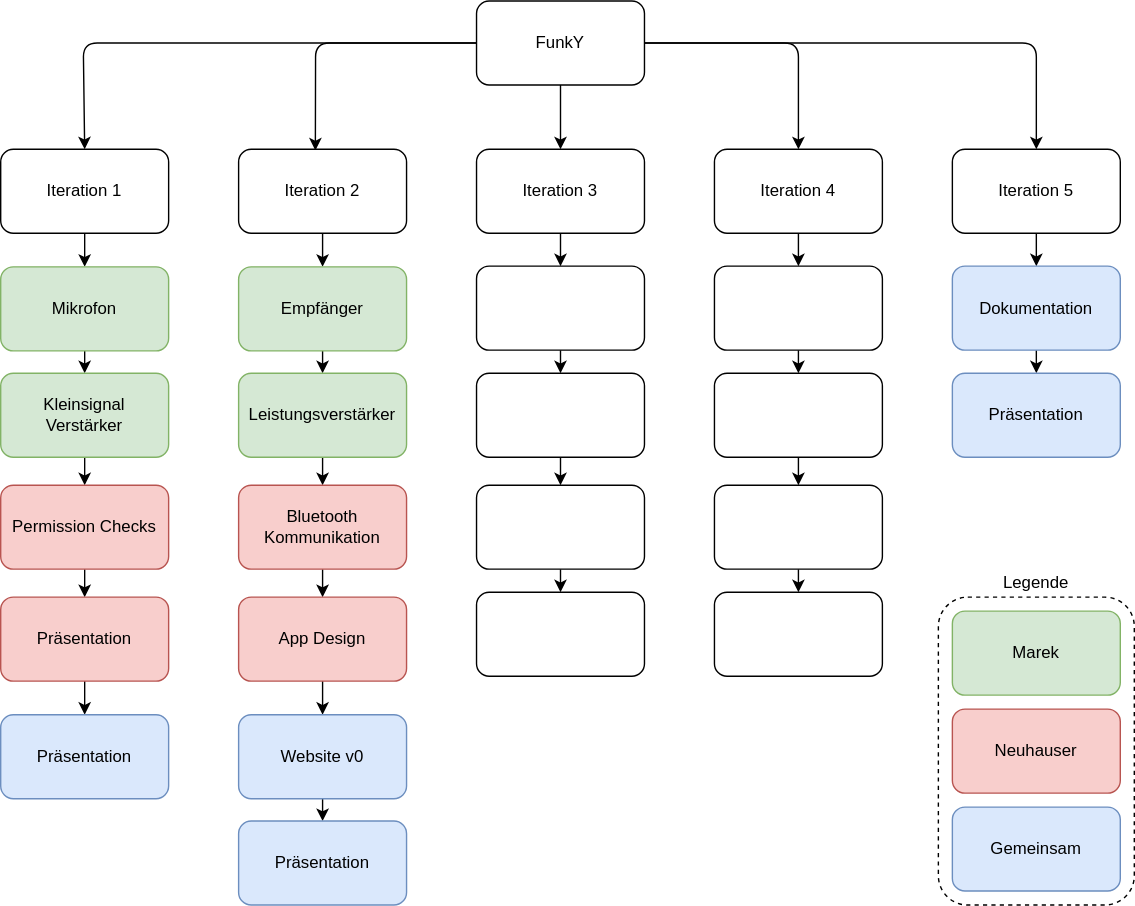
Marek128b/HAM-Radio-transceiver-DA keeps this draw.io diagram as doc/img/projectstructureplan.svg. Above is the earlier version. Source tidied: cells renumbered, new cells last; positions are measured from the earlier drawing's top-left corner, leaving out a move shared by most shapes.
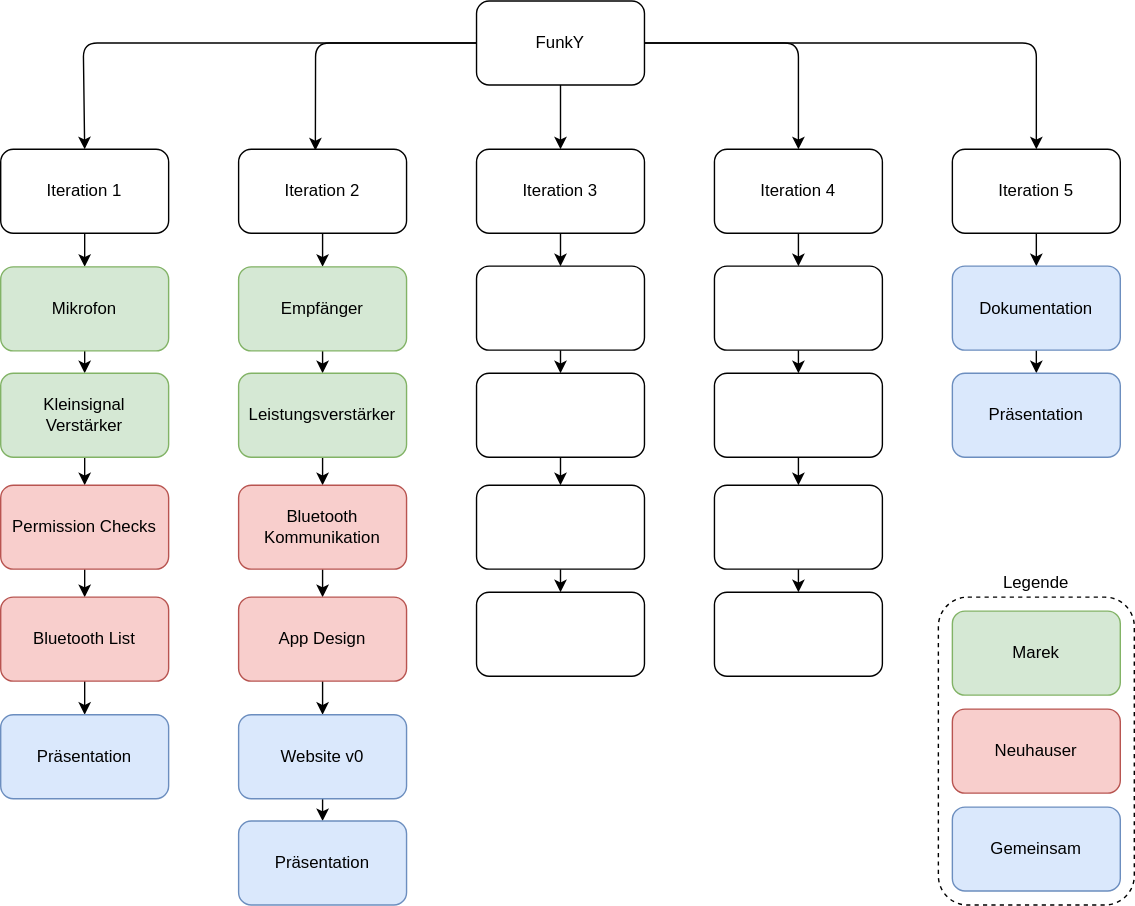
After the change.

Diff of the diagram source:
```diff
@@ -87,7 +87,7 @@
     <mxCell id="24" style="edgeStyle=none;html=1;" parent="1" edge="1" source="25" target="59">
       <mxGeometry relative="1" as="geometry" />
     </mxCell>
-    <mxCell id="25" value="Präsentation" style="rounded=1;whiteSpace=wrap;html=1;fillColor=#f8cecc;strokeColor=#b85450;" parent="1" vertex="1">
+    <mxCell id="25" value="Bluetooth List" style="rounded=1;whiteSpace=wrap;html=1;fillColor=#f8cecc;strokeColor=#b85450;" parent="1" vertex="1">
       <mxGeometry y="426" width="120" height="60" as="geometry" />
     </mxCell>
     <mxCell id="26" style="rounded=1;whiteSpace=wrap;html=1;dashed=1;fillColor=none;" parent="1" vertex="1">
```
